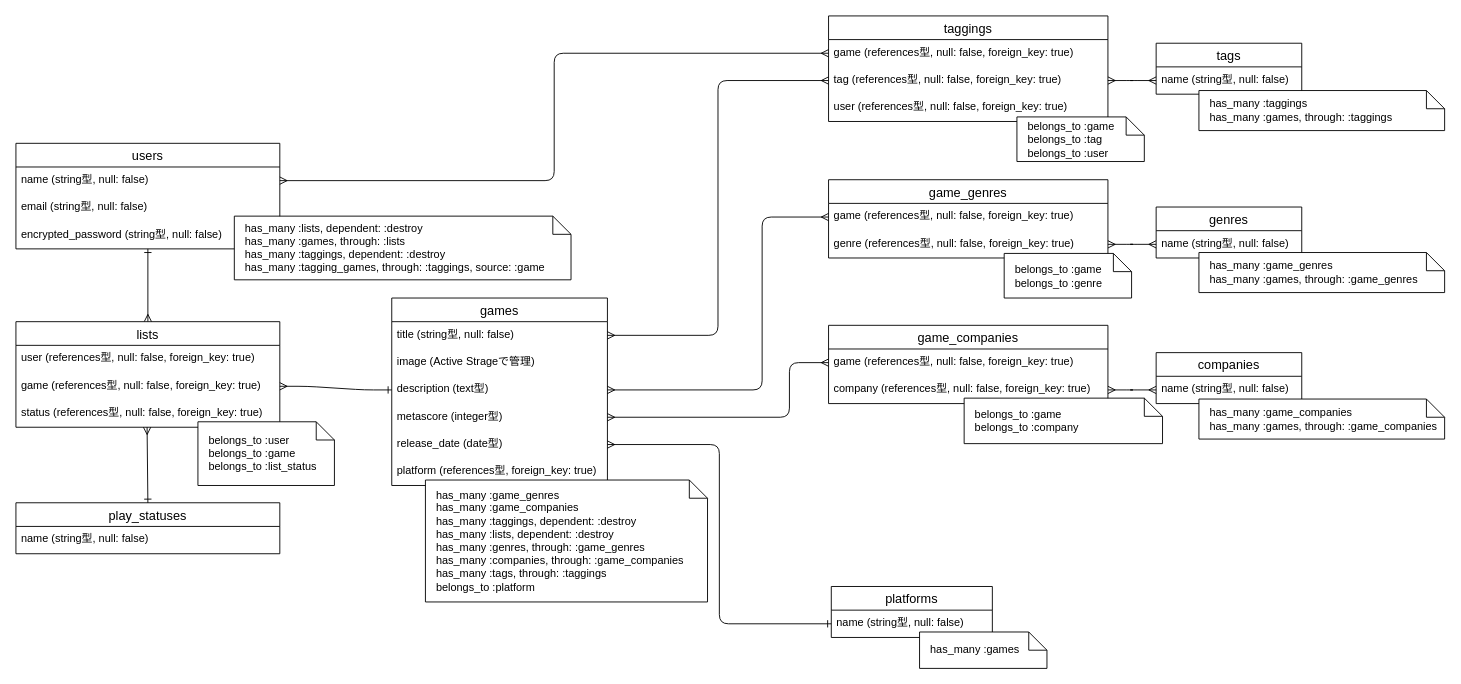
Above: erd.dio in nobmurakami/my-game-db (draw.io), before the change. Source tidied: cells renumbered, new cells numbered last; positions are measured from the earlier drawing's top-left corner, leaving out a move shared by most shapes. Both pictures are drawn from the tidied source at 91%, with x=0, y=0 at pixel (15, 15).
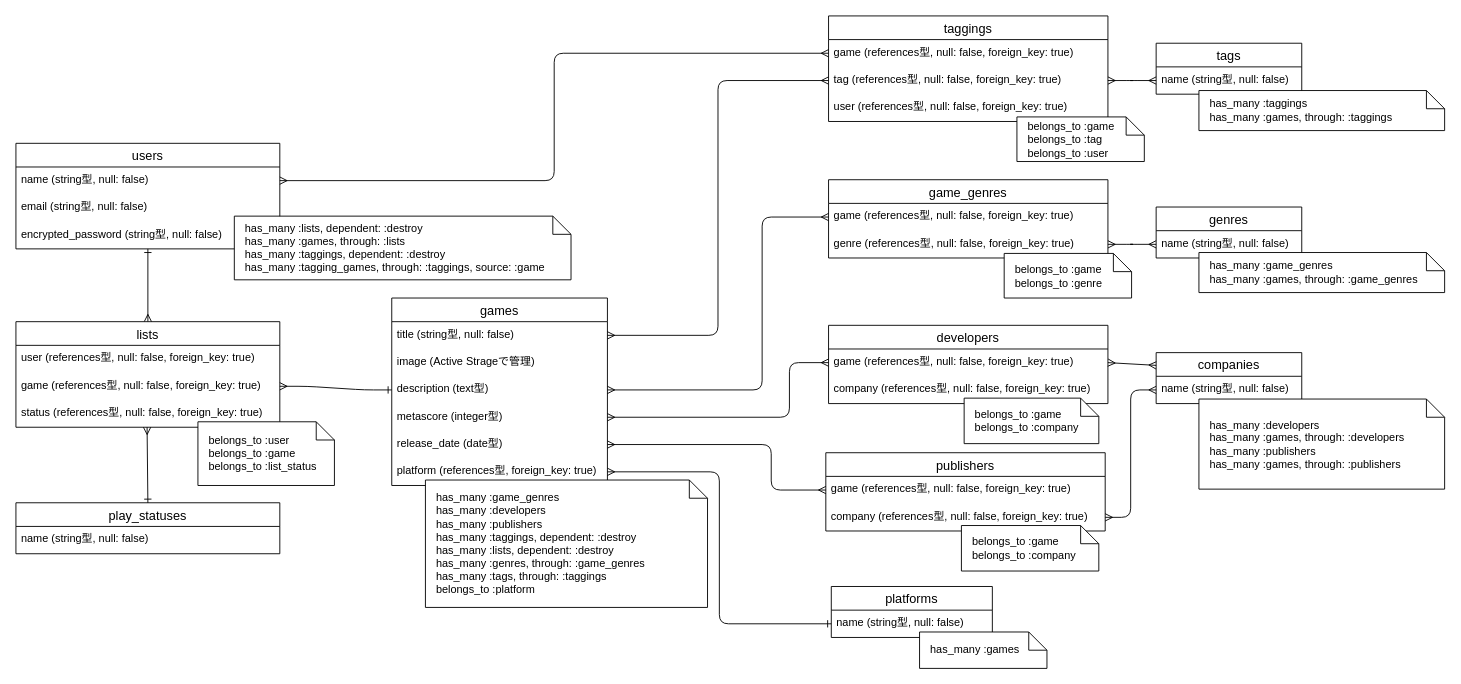
The same page after the edit.

Commit message (it also covers changes not shown here):
game_companiesテーブルを分割

The change refers to these unchanged cells:
```xml
<mxCell id="16" value="release_date (date型)" style="text;strokeColor=none;fillColor=none;spacingLeft=4;spacingRight=4;overflow=hidden;points=[[0,0.5],[1,0.5]];portConstraint=eastwest;fontSize=12;" parent="11" vertex="1">
  <mxGeometry y="146" width="237" height="30" as="geometry" />
</mxCell>
<mxCell id="17" value="platform (references型, foreign_key: true)" style="text;strokeColor=none;fillColor=none;spacingLeft=4;spacingRight=4;overflow=hidden;points=[[0,0.5],[1,0.5]];portConstraint=eastwest;fontSize=12;" parent="11" vertex="1">
  <mxGeometry y="176" width="237" height="30" as="geometry" />
</mxCell>
<mxCell id="20" value="companies" style="swimlane;fontStyle=0;horizontal=1;startSize=26;align=center;fontSize=14;" parent="1" vertex="1">
  <mxGeometry x="1253" y="370" width="160" height="56" as="geometry" />
</mxCell>
<mxCell id="21" value="name (string型, null: false)" style="text;strokeColor=none;fillColor=none;spacingLeft=4;spacingRight=4;overflow=hidden;points=[[0,0.5],[1,0.5]];portConstraint=eastwest;fontSize=12;" parent="20" vertex="1">
  <mxGeometry y="26" width="160" height="30" as="geometry" />
</mxCell>
<mxCell id="28" value="game (references型, null: false, foreign_key: true)" style="text;strokeColor=none;fillColor=none;spacingLeft=4;spacingRight=4;overflow=hidden;points=[[0,0.5],[1,0.5]];portConstraint=eastwest;fontSize=12;" parent="27" vertex="1">
  <mxGeometry y="26" width="307" height="30" as="geometry" />
</mxCell>
<mxCell id="29" value="company (references型, null: false, foreign_key: true)" style="text;strokeColor=none;fillColor=none;spacingLeft=4;spacingRight=4;overflow=hidden;points=[[0,0.5],[1,0.5]];portConstraint=eastwest;fontSize=12;" parent="27" vertex="1">
  <mxGeometry y="56" width="307" height="30" as="geometry" />
</mxCell>
<mxCell id="41" value="name (string型, null: false)" style="text;strokeColor=none;fillColor=none;spacingLeft=4;spacingRight=4;overflow=hidden;points=[[0,0.5],[1,0.5]];portConstraint=eastwest;fontSize=12;" parent="40" vertex="1">
  <mxGeometry y="26" width="177" height="30" as="geometry" />
</mxCell>
```

Diff of the diagram source:
```diff
@@
-    <mxCell id="27" value="game_companies" style="swimlane;fontStyle=0;horizontal=1;startSize=26;align=center;fontSize=14;" parent="1" vertex="1">
+    <mxCell id="27" value="developers" style="swimlane;fontStyle=0;horizontal=1;startSize=26;align=center;fontSize=14;" parent="1" vertex="1">
       <mxGeometry x="893" y="340" width="307" height="86" as="geometry" />
     </mxCell>
@@
-    <mxCell id="37" style="edgeStyle=entityRelationEdgeStyle;fontSize=12;html=1;endArrow=ERmany;startArrow=ERmany;entryX=0;entryY=0.5;entryDx=0;entryDy=0;exitX=1;exitY=0.5;exitDx=0;exitDy=0;" parent="1" edge="1" source="29" target="21">
+    <mxCell id="37" style="fontSize=12;html=1;endArrow=ERmany;startArrow=ERmany;entryX=0;entryY=0.25;entryDx=0;entryDy=0;exitX=1;exitY=0.5;exitDx=0;exitDy=0;" parent="1" edge="1" source="28" target="20">
       <mxGeometry relative="1" as="geometry" />
     </mxCell>
@@
-    <mxCell id="42" style="edgeStyle=orthogonalEdgeStyle;fontSize=12;html=1;endArrow=ERone;endFill=0;exitX=1;exitY=0.5;exitDx=0;exitDy=0;entryX=0;entryY=0.5;entryDx=0;entryDy=0;startArrow=ERmany;startFill=0;" parent="1" edge="1" source="16" target="41">
+    <mxCell id="42" style="edgeStyle=orthogonalEdgeStyle;fontSize=12;html=1;endArrow=ERone;endFill=0;exitX=1;exitY=0.5;exitDx=0;exitDy=0;entryX=0;entryY=0.5;entryDx=0;entryDy=0;startArrow=ERmany;startFill=0;" parent="1" edge="1" source="17" target="41">
       <mxGeometry relative="1" as="geometry" />
     </mxCell>
@@
-    <mxCell id="49" value="has_many :game_genres&lt;br&gt;has_many :game_companies&lt;br&gt;has_many :taggings, dependent: :destroy&lt;br&gt;has_many :lists, dependent: :destroy&lt;br&gt;has_many :genres, through: :game_genres&lt;br&gt;has_many :companies, through: :game_companies&lt;br&gt;has_many :tags, through: :taggings&lt;br&gt;belongs_to :platform" style="shape=note;size=20;whiteSpace=wrap;html=1;align=left;spacingLeft=10;" parent="1" vertex="1">
-      <mxGeometry x="450" y="510" width="310" height="134" as="geometry" />
+    <mxCell id="49" value="has_many :game_genres&lt;br&gt;has_many :developers&lt;br&gt;has_many :publishers&lt;br&gt;has_many :taggings, dependent: :destroy&lt;br&gt;has_many :lists, dependent: :destroy&lt;br&gt;has_many :genres, through: :game_genres&lt;br&gt;has_many :tags, through: :taggings&lt;br&gt;belongs_to :platform" style="shape=note;size=20;whiteSpace=wrap;html=1;align=left;spacingLeft=10;" parent="1" vertex="1">
+      <mxGeometry x="450" y="510" width="310" height="140" as="geometry" />
     </mxCell>
@@
     <mxCell id="51" value="&lt;span&gt;belongs_to :game&lt;/span&gt;&lt;br&gt;&lt;div&gt;&lt;span&gt;belongs_to :company&lt;/span&gt;&lt;/div&gt;" style="shape=note;size=20;whiteSpace=wrap;html=1;align=left;spacingLeft=10;" parent="1" vertex="1">
-      <mxGeometry x="1042" y="420" width="218" height="50" as="geometry" />
+      <mxGeometry x="1042" y="420" width="148" height="50" as="geometry" />
     </mxCell>
@@
-    <mxCell id="54" value="has_many :game_companies&lt;br&gt;has_many :games, through: :game_companies" style="shape=note;size=20;whiteSpace=wrap;html=1;align=left;spacingLeft=10;" parent="1" vertex="1">
-      <mxGeometry x="1300" y="421" width="270" height="44" as="geometry" />
+    <mxCell id="54" value="has_many :developers&lt;br&gt;has_many :games, through: :developers&lt;br&gt;has_many :publishers&lt;br&gt;has_many :games, through: :publishers" style="shape=note;size=20;whiteSpace=wrap;html=1;align=left;spacingLeft=10;" parent="1" vertex="1">
+      <mxGeometry x="1300" y="421" width="270" height="99" as="geometry" />
     </mxCell>
@@
+    <mxCell id="58" value="publishers" style="swimlane;fontStyle=0;horizontal=1;startSize=26;align=center;fontSize=14;" parent="1" vertex="1">
+      <mxGeometry x="890" y="480" width="307" height="86" as="geometry" />
+    </mxCell>
+    <mxCell id="59" value="game (references型, null: false, foreign_key: true)" style="text;strokeColor=none;fillColor=none;spacingLeft=4;spacingRight=4;overflow=hidden;points=[[0,0.5],[1,0.5]];portConstraint=eastwest;fontSize=12;" parent="58" vertex="1">
+      <mxGeometry y="26" width="307" height="30" as="geometry" />
+    </mxCell>
+    <mxCell id="60" value="company (references型, null: false, foreign_key: true)" style="text;strokeColor=none;fillColor=none;spacingLeft=4;spacingRight=4;overflow=hidden;points=[[0,0.5],[1,0.5]];portConstraint=eastwest;fontSize=12;" parent="58" vertex="1">
+      <mxGeometry y="56" width="307" height="30" as="geometry" />
+    </mxCell>
+    <mxCell id="61" style="edgeStyle=orthogonalEdgeStyle;fontSize=12;html=1;endArrow=ERmany;startArrow=ERmany;entryX=0;entryY=0.5;entryDx=0;entryDy=0;exitX=1;exitY=0.5;exitDx=0;exitDy=0;" parent="1" edge="1" source="60" target="21">
+      <mxGeometry relative="1" as="geometry" />
+    </mxCell>
+    <mxCell id="62" value="&lt;span&gt;belongs_to :game&lt;/span&gt;&lt;br&gt;&lt;div&gt;&lt;span&gt;belongs_to :company&lt;/span&gt;&lt;/div&gt;" style="shape=note;size=20;whiteSpace=wrap;html=1;align=left;spacingLeft=10;" parent="1" vertex="1">
+      <mxGeometry x="1039" y="560" width="151" height="50" as="geometry" />
+    </mxCell>
+    <mxCell id="63" style="edgeStyle=orthogonalEdgeStyle;rounded=1;jettySize=auto;html=1;exitX=1;exitY=0.5;exitDx=0;exitDy=0;entryX=0;entryY=0.5;entryDx=0;entryDy=0;startArrow=ERmany;startFill=0;endArrow=ERmany;endFill=0;" parent="1" edge="1" source="16" target="59">
+      <mxGeometry relative="1" as="geometry">
+        <Array as="points">
+          <mxPoint x="830" y="471" />
+          <mxPoint x="830" y="521" />
+        </Array>
+      </mxGeometry>
+    </mxCell>
```
